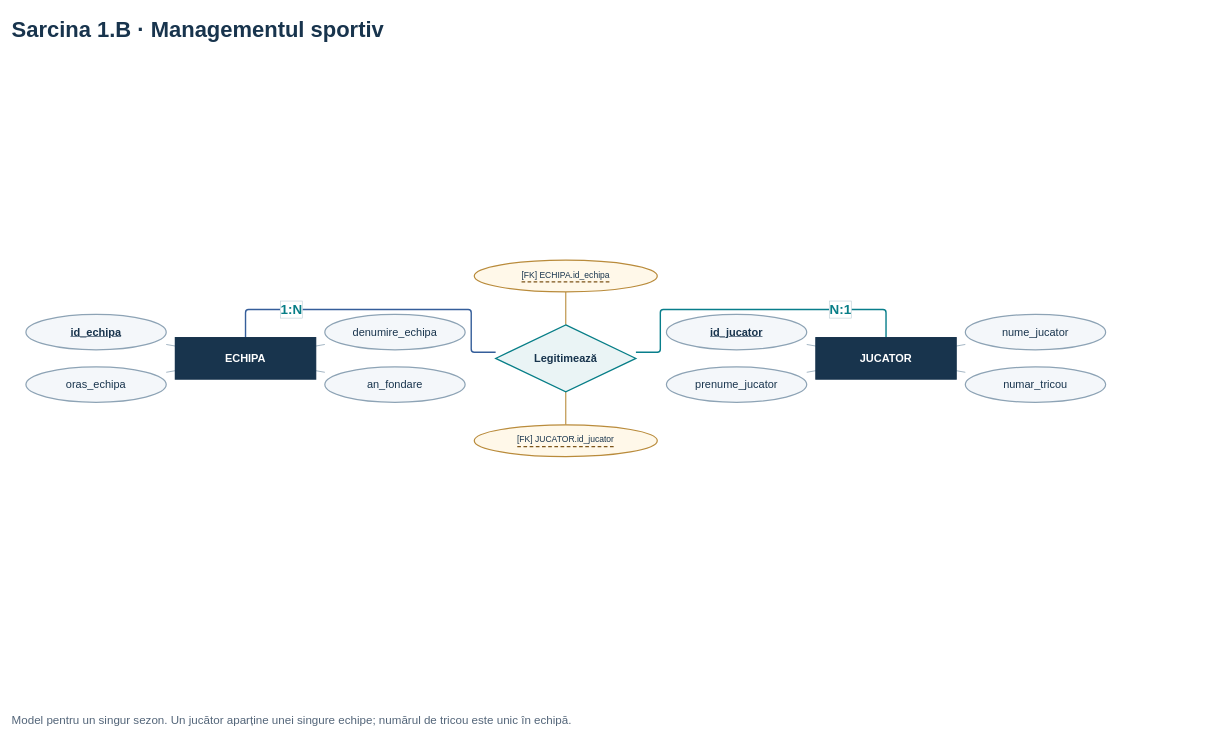
yuliitezarygml/bazele-de-date keeps this draw.io diagram as page "1.B · ER" (3 of 18) of lab 1/FINAL - Sarcinile 1-5/Laborator_1_Sarcinile_1-5_Simplificat.drawio. Above is the earlier version. Source tidied: cells renumbered, new cells numbered last; positions are measured from the earlier drawing's top-left corner, leaving out a move shared by most shapes. Both pictures are drawn from the tidied source at 61%, with x=0, y=0 at pixel (10, 10).
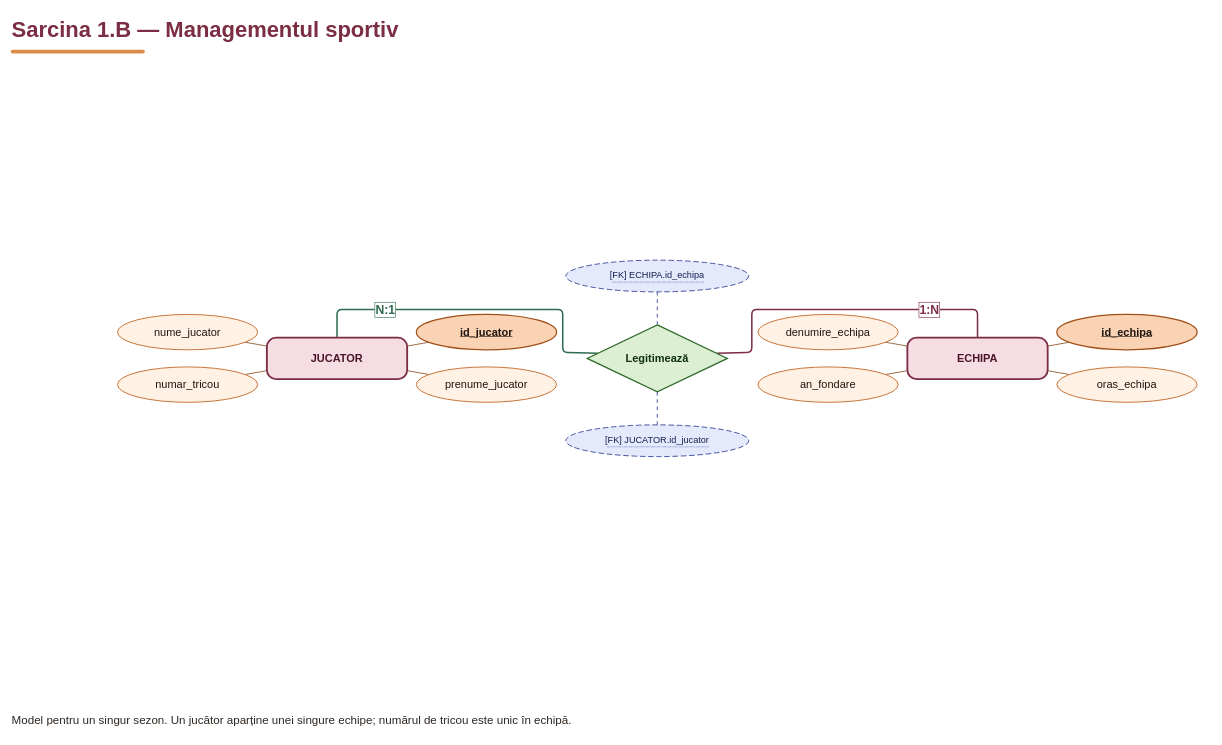
After the change.

Change to the diagram source:
```diff
@@
-    <mxCell id="2" style="edgeStyle=none;html=1;rounded=0;endArrow=none;strokeColor=#B98B3B;strokeWidth=1.8;fontFamily=Arial;fontSize=22;fontColor=#077E87;labelBackgroundColor=#FFFFFF;dashed=0;exitX=0.5;exitY=0;entryX=0.5;entryY=1;arcSize=10;jumpStyle=none;jumpSize=8;fontStyle=1;labelBorderColor=#D7E2E9;spacing=5;startArrow=none;" parent="1" edge="1" source="25" target="28">
+    <mxCell id="2" style="edgeStyle=none;html=1;rounded=1;arcSize=16;exitX=0.5;exitY=0;entryX=0.5;entryY=1;strokeColor=#3A4A9A;strokeWidth=1.5;dashed=1;dashPattern=4 4;endArrow=none;jumpStyle=gap;jumpSize=10;" parent="1" edge="1" source="25" target="28">
       <mxGeometry relative="1" as="geometry" />
     </mxCell>
-    <mxCell id="3" style="edgeStyle=none;html=1;rounded=0;endArrow=none;strokeColor=#B98B3B;strokeWidth=1.8;fontFamily=Arial;fontSize=22;fontColor=#077E87;labelBackgroundColor=#FFFFFF;dashed=0;exitX=0.5;exitY=1;entryX=0.5;entryY=0;arcSize=10;jumpStyle=none;jumpSize=8;fontStyle=1;labelBorderColor=#D7E2E9;spacing=5;startArrow=none;" parent="1" edge="1" source="25" target="27">
+    <mxCell id="3" style="edgeStyle=none;html=1;rounded=1;arcSize=16;exitX=0.5;exitY=1;entryX=0.5;entryY=0;strokeColor=#3A4A9A;strokeWidth=1.5;dashed=1;dashPattern=4 4;endArrow=none;jumpStyle=gap;jumpSize=10;" parent="1" edge="1" source="25" target="27">
       <mxGeometry relative="1" as="geometry" />
     </mxCell>
-    <mxCell id="4" value="N:1" style="edgeStyle=none;html=1;rounded=1;endArrow=none;strokeColor=#087E8B;strokeWidth=2.3;fontFamily=Arial;fontSize=22;fontColor=#077E87;labelBackgroundColor=#FFFFFF;exitX=0.5;exitY=0;entryX=1;entryY=0.4090909090909091;arcSize=10;jumpStyle=arc;jumpSize=9;fontStyle=1;labelBorderColor=#B9CDD5;spacing=5;" parent="1" edge="1" source="20" target="25">
+    <mxCell id="4" value="N:1" style="edgeStyle=none;html=1;rounded=1;arcSize=16;exitX=0.5;exitY=0;entryX=0;entryY=0.4090909090909091;strokeColor=#2F6B4F;strokeWidth=2.5;endArrow=none;fontFamily=Trebuchet MS;fontSize=20;fontStyle=1;fontColor=#2F6B4F;labelBackgroundColor=#FFFFFF;labelBorderColor=#2F6B4F;spacing=6;jumpStyle=gap;jumpSize=10;" parent="1" edge="1" source="20" target="25">
       <mxGeometry x="-0.54" relative="1" as="geometry">
         <Array as="points">
-          <mxPoint x="1435" y="490" />
-          <mxPoint x="1065" y="490" />
-          <mxPoint x="1065" y="560" />
+          <mxPoint x="535" y="490" />
+          <mxPoint x="905" y="490" />
+          <mxPoint x="905" y="560" />
         </Array>
       </mxGeometry>
     </mxCell>
-    <mxCell id="5" value="1:N" style="edgeStyle=none;html=1;rounded=1;endArrow=none;strokeColor=#355E9A;strokeWidth=2.3;fontFamily=Arial;fontSize=22;fontColor=#077E87;labelBackgroundColor=#FFFFFF;exitX=0.5;exitY=0;entryX=0;entryY=0.4090909090909091;arcSize=10;jumpStyle=arc;jumpSize=9;fontStyle=1;labelBorderColor=#B9CDD5;spacing=5;" parent="1" edge="1" source="15" target="25">
+    <mxCell id="5" value="1:N" style="edgeStyle=none;html=1;rounded=1;arcSize=16;exitX=0.5;exitY=0;entryX=1;entryY=0.4090909090909091;strokeColor=#7B2D43;strokeWidth=2.5;endArrow=none;fontFamily=Trebuchet MS;fontSize=20;fontStyle=1;fontColor=#7B2D43;labelBackgroundColor=#FFFFFF;labelBorderColor=#7B2D43;spacing=6;jumpStyle=gap;jumpSize=10;" parent="1" edge="1" source="15" target="25">
       <mxGeometry x="-0.54" relative="1" as="geometry">
         <Array as="points">
-          <mxPoint x="385" y="490" />
-          <mxPoint x="755" y="490" />
-          <mxPoint x="755" y="560" />
+          <mxPoint x="1585" y="490" />
+          <mxPoint x="1215" y="490" />
+          <mxPoint x="1215" y="560" />
         </Array>
       </mxGeometry>
     </mxCell>
-    <mxCell id="6" style="edgeStyle=none;html=1;rounded=1;endArrow=none;strokeColor=#077E87;strokeWidth=1.8;fontFamily=Arial;fontSize=17;fontColor=#077E87;labelBackgroundColor=#FFFFFF;strokeColor=#8DA3B5;strokeWidth=1.3;" parent="1" edge="1" source="20" target="24">
+    <mxCell id="6" style="edgeStyle=none;html=1;rounded=1;arcSize=16;strokeColor=#9C6A45;strokeWidth=1.6;endArrow=none;jumpStyle=gap;jumpSize=10;" parent="1" edge="1" source="20" target="24">
       <mxGeometry relative="1" as="geometry" />
     </mxCell>
-    <mxCell id="7" style="edgeStyle=none;html=1;rounded=1;endArrow=none;strokeColor=#077E87;strokeWidth=1.8;fontFamily=Arial;fontSize=17;fontColor=#077E87;labelBackgroundColor=#FFFFFF;strokeColor=#8DA3B5;strokeWidth=1.3;" parent="1" edge="1" source="20" target="23">
+    <mxCell id="7" style="edgeStyle=none;html=1;rounded=1;arcSize=16;strokeColor=#9C6A45;strokeWidth=1.6;endArrow=none;jumpStyle=gap;jumpSize=10;" parent="1" edge="1" source="20" target="23">
       <mxGeometry relative="1" as="geometry" />
     </mxCell>
-    <mxCell id="8" style="edgeStyle=none;html=1;rounded=1;endArrow=none;strokeColor=#077E87;strokeWidth=1.8;fontFamily=Arial;fontSize=17;fontColor=#077E87;labelBackgroundColor=#FFFFFF;strokeColor=#8DA3B5;strokeWidth=1.3;" parent="1" edge="1" source="20" target="22">
+    <mxCell id="8" style="edgeStyle=none;html=1;rounded=1;arcSize=16;strokeColor=#9C6A45;strokeWidth=1.6;endArrow=none;jumpStyle=gap;jumpSize=10;" parent="1" edge="1" source="20" target="22">
       <mxGeometry relative="1" as="geometry" />
     </mxCell>
-    <mxCell id="9" style="edgeStyle=none;html=1;rounded=1;endArrow=none;strokeColor=#077E87;strokeWidth=1.8;fontFamily=Arial;fontSize=17;fontColor=#077E87;labelBackgroundColor=#FFFFFF;strokeColor=#8DA3B5;strokeWidth=1.3;" parent="1" edge="1" source="20" target="21">
+    <mxCell id="9" style="edgeStyle=none;html=1;rounded=1;arcSize=16;strokeColor=#9C6A45;strokeWidth=1.6;endArrow=none;jumpStyle=gap;jumpSize=10;" parent="1" edge="1" source="20" target="21">
       <mxGeometry relative="1" as="geometry" />
     </mxCell>
-    <mxCell id="10" style="edgeStyle=none;html=1;rounded=1;endArrow=none;strokeColor=#077E87;strokeWidth=1.8;fontFamily=Arial;fontSize=17;fontColor=#077E87;labelBackgroundColor=#FFFFFF;strokeColor=#8DA3B5;strokeWidth=1.3;" parent="1" edge="1" source="15" target="19">
+    <mxCell id="10" style="edgeStyle=none;html=1;rounded=1;arcSize=16;strokeColor=#9C6A45;strokeWidth=1.6;endArrow=none;jumpStyle=gap;jumpSize=10;" parent="1" edge="1" source="15" target="19">
       <mxGeometry relative="1" as="geometry" />
     </mxCell>
-    <mxCell id="11" style="edgeStyle=none;html=1;rounded=1;endArrow=none;strokeColor=#077E87;strokeWidth=1.8;fontFamily=Arial;fontSize=17;fontColor=#077E87;labelBackgroundColor=#FFFFFF;strokeColor=#8DA3B5;strokeWidth=1.3;" parent="1" edge="1" source="15" target="18">
+    <mxCell id="11" style="edgeStyle=none;html=1;rounded=1;arcSize=16;strokeColor=#9C6A45;strokeWidth=1.6;endArrow=none;jumpStyle=gap;jumpSize=10;" parent="1" edge="1" source="15" target="18">
       <mxGeometry relative="1" as="geometry" />
     </mxCell>
-    <mxCell id="12" style="edgeStyle=none;html=1;rounded=1;endArrow=none;strokeColor=#077E87;strokeWidth=1.8;fontFamily=Arial;fontSize=17;fontColor=#077E87;labelBackgroundColor=#FFFFFF;strokeColor=#8DA3B5;strokeWidth=1.3;" parent="1" edge="1" source="15" target="17">
+    <mxCell id="12" style="edgeStyle=none;html=1;rounded=1;arcSize=16;strokeColor=#9C6A45;strokeWidth=1.6;endArrow=none;jumpStyle=gap;jumpSize=10;" parent="1" edge="1" source="15" target="17">
       <mxGeometry relative="1" as="geometry" />
     </mxCell>
-    <mxCell id="13" style="edgeStyle=none;html=1;rounded=1;endArrow=none;strokeColor=#077E87;strokeWidth=1.8;fontFamily=Arial;fontSize=17;fontColor=#077E87;labelBackgroundColor=#FFFFFF;strokeColor=#8DA3B5;strokeWidth=1.3;" parent="1" edge="1" source="15" target="16">
+    <mxCell id="13" style="edgeStyle=none;html=1;rounded=1;arcSize=16;strokeColor=#9C6A45;strokeWidth=1.6;endArrow=none;jumpStyle=gap;jumpSize=10;" parent="1" edge="1" source="15" target="16">
       <mxGeometry relative="1" as="geometry" />
     </mxCell>
-    <mxCell id="14" value="Sarcina 1.B · Managementul sportiv&amp;nbsp;" style="text;html=1;whiteSpace=wrap;overflow=hidden;align=left;verticalAlign=middle;fontFamily=Arial;fontSize=36;fontColor=#18344D;fontStyle=1;" parent="1" vertex="1">
+    <mxCell id="14" value="Sarcina 1.B — Managementul sportiv " style="text;html=1;whiteSpace=wrap;fontFamily=Trebuchet MS;fontSize=36;overflow=hidden;align=left;verticalAlign=middle;fontStyle=1;fontColor=#7B2D43;" parent="1" vertex="1">
       <mxGeometry width="1970" height="60" as="geometry" />
     </mxCell>
-    <mxCell id="15" value="&lt;b&gt;ECHIPA&lt;/b&gt;" style="shape=rectangle;html=1;whiteSpace=wrap;align=center;verticalAlign=middle;rounded=0;fontFamily=Arial;fontSize=18;fontColor=#FFFFFF;strokeColor=#18344D;fillColor=#18344D;strokeWidth=2;fontStyle=1;" parent="1" vertex="1">
-      <mxGeometry x="270" y="536" width="230" height="68" as="geometry" />
+    <mxCell id="15" value="&lt;b&gt;ECHIPA&lt;/b&gt;" style="rounded=1;arcSize=22;html=1;whiteSpace=wrap;fontFamily=Trebuchet MS;fontSize=18;align=center;verticalAlign=middle;fontStyle=1;fontColor=#4A1526;fillColor=#F6DCE3;strokeColor=#7B2D43;strokeWidth=3;" parent="1" vertex="1">
+      <mxGeometry x="1470" y="536" width="230" height="68" as="geometry" />
     </mxCell>
-    <mxCell id="16" value="&lt;u&gt;&lt;b&gt;id_echipa&lt;/b&gt;&lt;/u&gt;" style="shape=ellipse;html=1;whiteSpace=wrap;align=center;verticalAlign=middle;rounded=0;fontFamily=Arial;fontSize=18;fontColor=#18344D;strokeColor=#8DA3B5;fillColor=#F4F7FA;strokeWidth=2;fontStyle=0;" parent="1" vertex="1">
-      <mxGeometry x="25" y="498" width="230" height="58" as="geometry" />
+    <mxCell id="16" value="&lt;u&gt;&lt;b&gt;id_echipa&lt;/b&gt;&lt;/u&gt;" style="ellipse;html=1;whiteSpace=wrap;fontFamily=Trebuchet MS;fontSize=18;align=center;verticalAlign=middle;fontColor=#1F140E;fillColor=#F9D3B4;strokeColor=#A24E17;strokeWidth=2;" parent="1" vertex="1">
+      <mxGeometry x="1715" y="498" width="230" height="58" as="geometry" />
     </mxCell>
-    <mxCell id="17" value="denumire_echipa" style="shape=ellipse;html=1;whiteSpace=wrap;align=center;verticalAlign=middle;rounded=0;fontFamily=Arial;fontSize=18;fontColor=#18344D;strokeColor=#8DA3B5;fillColor=#F4F7FA;strokeWidth=2;fontStyle=0;" parent="1" vertex="1">
-      <mxGeometry x="515" y="498" width="230" height="58" as="geometry" />
+    <mxCell id="17" value="denumire_echipa" style="ellipse;html=1;whiteSpace=wrap;fontFamily=Trebuchet MS;fontSize=18;align=center;verticalAlign=middle;fontColor=#1F140E;fillColor=#FFF1E3;strokeColor=#C46A2B;strokeWidth=1.5;" parent="1" vertex="1">
+      <mxGeometry x="1225" y="498" width="230" height="58" as="geometry" />
     </mxCell>
-    <mxCell id="18" value="oras_echipa" style="shape=ellipse;html=1;whiteSpace=wrap;align=center;verticalAlign=middle;rounded=0;fontFamily=Arial;fontSize=18;fontColor=#18344D;strokeColor=#8DA3B5;fillColor=#F4F7FA;strokeWidth=2;fontStyle=0;" parent="1" vertex="1">
-      <mxGeometry x="25" y="584" width="230" height="58" as="geometry" />
+    <mxCell id="18" value="oras_echipa" style="ellipse;html=1;whiteSpace=wrap;fontFamily=Trebuchet MS;fontSize=18;align=center;verticalAlign=middle;fontColor=#1F140E;fillColor=#FFF1E3;strokeColor=#C46A2B;strokeWidth=1.5;" parent="1" vertex="1">
+      <mxGeometry x="1715" y="584" width="230" height="58" as="geometry" />
     </mxCell>
-    <mxCell id="19" value="an_fondare" style="shape=ellipse;html=1;whiteSpace=wrap;align=center;verticalAlign=middle;rounded=0;fontFamily=Arial;fontSize=18;fontColor=#18344D;strokeColor=#8DA3B5;fillColor=#F4F7FA;strokeWidth=2;fontStyle=0;" parent="1" vertex="1">
-      <mxGeometry x="515" y="584" width="230" height="58" as="geometry" />
+    <mxCell id="19" value="an_fondare" style="ellipse;html=1;whiteSpace=wrap;fontFamily=Trebuchet MS;fontSize=18;align=center;verticalAlign=middle;fontColor=#1F140E;fillColor=#FFF1E3;strokeColor=#C46A2B;strokeWidth=1.5;" parent="1" vertex="1">
+      <mxGeometry x="1225" y="584" width="230" height="58" as="geometry" />
     </mxCell>
-    <mxCell id="20" value="&lt;b&gt;JUCATOR&lt;/b&gt;" style="shape=rectangle;html=1;whiteSpace=wrap;align=center;verticalAlign=middle;rounded=0;fontFamily=Arial;fontSize=18;fontColor=#FFFFFF;strokeColor=#18344D;fillColor=#18344D;strokeWidth=2;fontStyle=1;" parent="1" vertex="1">
-      <mxGeometry x="1320" y="536" width="230" height="68" as="geometry" />
+    <mxCell id="20" value="&lt;b&gt;JUCATOR&lt;/b&gt;" style="rounded=1;arcSize=22;html=1;whiteSpace=wrap;fontFamily=Trebuchet MS;fontSize=18;align=center;verticalAlign=middle;fontStyle=1;fontColor=#4A1526;fillColor=#F6DCE3;strokeColor=#7B2D43;strokeWidth=3;" parent="1" vertex="1">
+      <mxGeometry x="420" y="536" width="230" height="68" as="geometry" />
     </mxCell>
-    <mxCell id="21" value="&lt;u&gt;&lt;b&gt;id_jucator&lt;/b&gt;&lt;/u&gt;" style="shape=ellipse;html=1;whiteSpace=wrap;align=center;verticalAlign=middle;rounded=0;fontFamily=Arial;fontSize=18;fontColor=#18344D;strokeColor=#8DA3B5;fillColor=#F4F7FA;strokeWidth=2;fontStyle=0;" parent="1" vertex="1">
-      <mxGeometry x="1075" y="498" width="230" height="58" as="geometry" />
+    <mxCell id="21" value="&lt;u&gt;&lt;b&gt;id_jucator&lt;/b&gt;&lt;/u&gt;" style="ellipse;html=1;whiteSpace=wrap;fontFamily=Trebuchet MS;fontSize=18;align=center;verticalAlign=middle;fontColor=#1F140E;fillColor=#F9D3B4;strokeColor=#A24E17;strokeWidth=2;" parent="1" vertex="1">
+      <mxGeometry x="665" y="498" width="230" height="58" as="geometry" />
     </mxCell>
-    <mxCell id="22" value="nume_jucator" style="shape=ellipse;html=1;whiteSpace=wrap;align=center;verticalAlign=middle;rounded=0;fontFamily=Arial;fontSize=18;fontColor=#18344D;strokeColor=#8DA3B5;fillColor=#F4F7FA;strokeWidth=2;fontStyle=0;" parent="1" vertex="1">
-      <mxGeometry x="1565" y="498" width="230" height="58" as="geometry" />
+    <mxCell id="22" value="nume_jucator" style="ellipse;html=1;whiteSpace=wrap;fontFamily=Trebuchet MS;fontSize=18;align=center;verticalAlign=middle;fontColor=#1F140E;fillColor=#FFF1E3;strokeColor=#C46A2B;strokeWidth=1.5;" parent="1" vertex="1">
+      <mxGeometry x="175" y="498" width="230" height="58" as="geometry" />
     </mxCell>
-    <mxCell id="23" value="prenume_jucator" style="shape=ellipse;html=1;whiteSpace=wrap;align=center;verticalAlign=middle;rounded=0;fontFamily=Arial;fontSize=18;fontColor=#18344D;strokeColor=#8DA3B5;fillColor=#F4F7FA;strokeWidth=2;fontStyle=0;" parent="1" vertex="1">
-      <mxGeometry x="1075" y="584" width="230" height="58" as="geometry" />
+    <mxCell id="23" value="prenume_jucator" style="ellipse;html=1;whiteSpace=wrap;fontFamily=Trebuchet MS;fontSize=18;align=center;verticalAlign=middle;fontColor=#1F140E;fillColor=#FFF1E3;strokeColor=#C46A2B;strokeWidth=1.5;" parent="1" vertex="1">
+      <mxGeometry x="665" y="584" width="230" height="58" as="geometry" />
     </mxCell>
-    <mxCell id="24" value="numar_tricou" style="shape=ellipse;html=1;whiteSpace=wrap;align=center;verticalAlign=middle;rounded=0;fontFamily=Arial;fontSize=18;fontColor=#18344D;strokeColor=#8DA3B5;fillColor=#F4F7FA;strokeWidth=2;fontStyle=0;" parent="1" vertex="1">
-      <mxGeometry x="1565" y="584" width="230" height="58" as="geometry" />
+    <mxCell id="24" value="numar_tricou" style="ellipse;html=1;whiteSpace=wrap;fontFamily=Trebuchet MS;fontSize=18;align=center;verticalAlign=middle;fontColor=#1F140E;fillColor=#FFF1E3;strokeColor=#C46A2B;strokeWidth=1.5;" parent="1" vertex="1">
+      <mxGeometry x="175" y="584" width="230" height="58" as="geometry" />
     </mxCell>
-    <mxCell id="25" value="&lt;b&gt;Legitimează&lt;/b&gt;" style="shape=rhombus;html=1;whiteSpace=wrap;align=center;verticalAlign=middle;rounded=0;fontFamily=Arial;fontSize=18;fontColor=#18344D;strokeColor=#077E87;fillColor=#EAF4F5;strokeWidth=2;fontStyle=0;" parent="1" vertex="1">
-      <mxGeometry x="795" y="515" width="230" height="110" as="geometry" />
+    <mxCell id="25" value="&lt;b&gt;Legitimează&lt;/b&gt;" style="rhombus;html=1;whiteSpace=wrap;fontFamily=Trebuchet MS;fontSize=18;align=center;verticalAlign=middle;fontColor=#12300F;fillColor=#DCEFD3;strokeColor=#2F6A2B;strokeWidth=2;" parent="1" vertex="1">
+      <mxGeometry x="945" y="515" width="230" height="110" as="geometry" />
     </mxCell>
-    <mxCell id="26" value="Model pentru un singur sezon. Un jucător aparține unei singure echipe; numărul de tricou este unic în echipă." style="text;html=1;whiteSpace=wrap;overflow=hidden;align=left;verticalAlign=middle;fontFamily=Arial;fontSize=19;fontColor=#536579;fontStyle=0;" parent="1" vertex="1">
+    <mxCell id="26" value="Model pentru un singur sezon. Un jucător aparține unei singure echipe; numărul de tricou este unic în echipă." style="text;html=1;whiteSpace=wrap;fontFamily=Trebuchet MS;fontSize=19;overflow=hidden;align=left;verticalAlign=middle;fontStyle=0;fontColor=#2E2620;" parent="1" vertex="1">
       <mxGeometry y="1140" width="1970" height="48" as="geometry" />
     </mxCell>
-    <mxCell id="27" value="&lt;span style=&quot;display:inline-block;border-bottom:2px dashed #7D551A;padding-bottom:2px;&quot;&gt;[FK] JUCATOR.id_jucator&lt;/span&gt;" style="shape=ellipse;html=1;whiteSpace=wrap;align=center;verticalAlign=middle;fontFamily=Arial;fontSize=14;strokeWidth=2;fillColor=#FFF8E9;strokeColor=#B98B3B;fontColor=#18344D;" parent="1" vertex="1">
-      <mxGeometry x="760" y="679" width="300" height="52" as="geometry" />
+    <mxCell id="27" value="&lt;span style=&quot;display:inline-block;border-bottom:1px dotted #3A4A9A;padding-bottom:2px;&quot;&gt;[FK] JUCATOR.id_jucator&lt;/span&gt;" style="ellipse;html=1;whiteSpace=wrap;fontFamily=Trebuchet MS;fontSize=15;align=center;verticalAlign=middle;fontColor=#16204F;fillColor=#E4E9FB;strokeColor=#3A4A9A;strokeWidth=1.5;dashed=1;dashPattern=6 3;" parent="1" vertex="1">
+      <mxGeometry x="910" y="679" width="300" height="52" as="geometry" />
     </mxCell>
-    <mxCell id="28" value="&lt;span style=&quot;display:inline-block;border-bottom:2px dashed #7D551A;padding-bottom:2px;&quot;&gt;[FK] ECHIPA.id_echipa&lt;/span&gt;" style="shape=ellipse;html=1;whiteSpace=wrap;align=center;verticalAlign=middle;fontFamily=Arial;fontSize=14;strokeWidth=2;fillColor=#FFF8E9;strokeColor=#B98B3B;fontColor=#18344D;" parent="1" vertex="1">
-      <mxGeometry x="760" y="409" width="300" height="52" as="geometry" />
+    <mxCell id="28" value="&lt;span style=&quot;display:inline-block;border-bottom:1px dotted #3A4A9A;padding-bottom:2px;&quot;&gt;[FK] ECHIPA.id_echipa&lt;/span&gt;" style="ellipse;html=1;whiteSpace=wrap;fontFamily=Trebuchet MS;fontSize=15;align=center;verticalAlign=middle;fontColor=#16204F;fillColor=#E4E9FB;strokeColor=#3A4A9A;strokeWidth=1.5;dashed=1;dashPattern=6 3;" parent="1" vertex="1">
+      <mxGeometry x="910" y="409" width="300" height="52" as="geometry" />
     </mxCell>
+    <mxCell id="29" style="rounded=1;arcSize=50;html=1;fillColor=#D98B4A;strokeColor=none;" parent="1" vertex="1">
+      <mxGeometry y="64" width="220" height="6" as="geometry" />
+    </mxCell>
```
